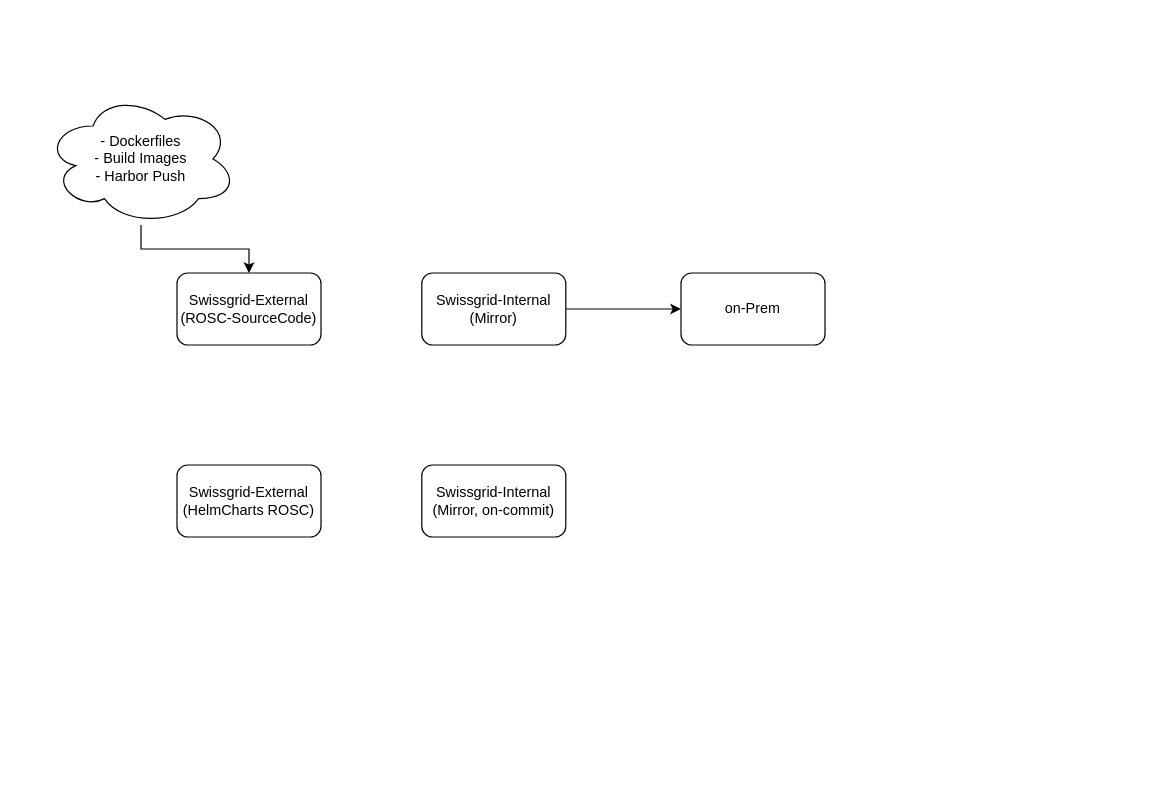
mmujakovic-sg/drawio keeps this draw.io diagram as docs/Unbenanntes Diagramm.drawio. Above is the earlier version. Source tidied: cells renumbered, new cells numbered last; positions are measured from the earlier drawing's top-left corner, leaving out a move shared by most shapes. Both pictures are drawn from the tidied source at 120%, with x=0, y=0 at pixel (44, 92).
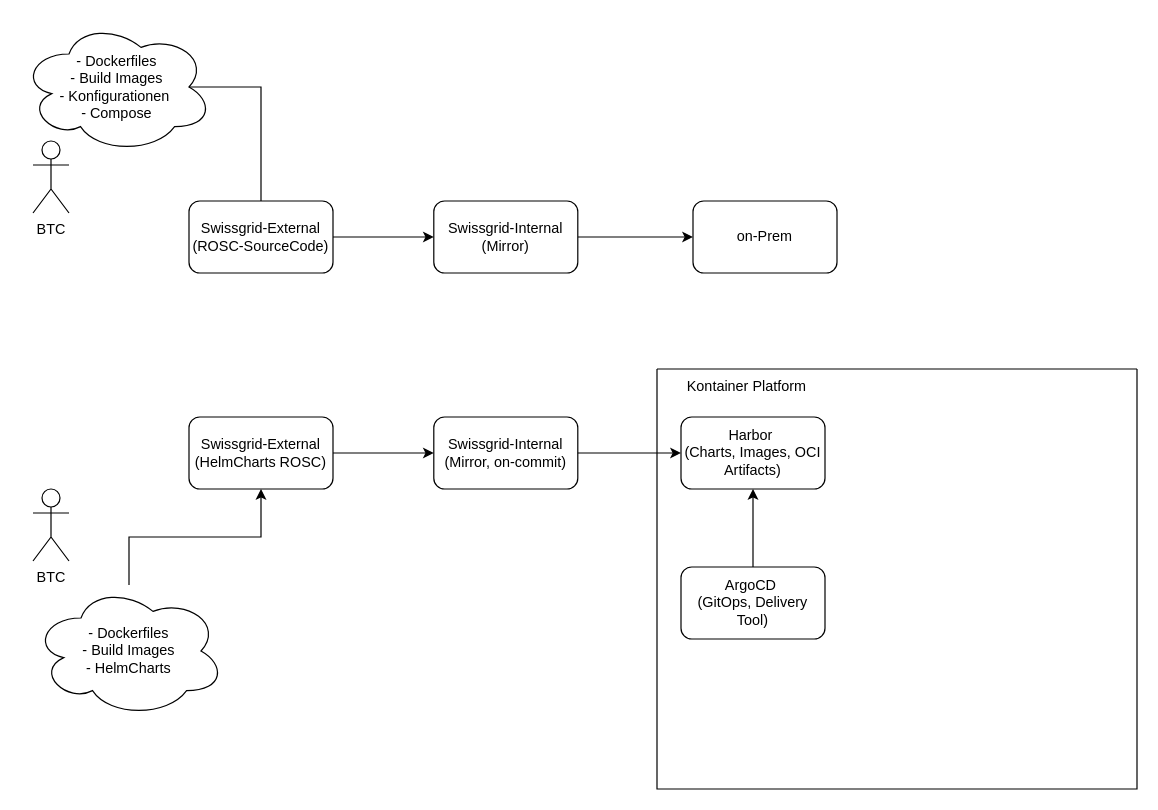
Above is the later version.

Diff of the diagram source:
```diff
@@
     <mxCell id="2" value="Swissgrid-External (ROSC-SourceCode)" style="rounded=1;whiteSpace=wrap;html=1;" parent="1" vertex="1">
-      <mxGeometry x="110" y="150" width="120" height="60" as="geometry" />
+      <mxGeometry x="120" y="90" width="120" height="60" as="geometry" />
     </mxCell>
@@
     <mxCell id="4" value="Swissgrid-Internal (Mirror)" style="rounded=1;whiteSpace=wrap;html=1;" parent="1" vertex="1">
-      <mxGeometry x="314" y="150" width="120" height="60" as="geometry" />
+      <mxGeometry x="324" y="90" width="120" height="60" as="geometry" />
     </mxCell>
     <mxCell id="5" value="on-Prem" style="rounded=1;whiteSpace=wrap;html=1;" parent="1" vertex="1">
-      <mxGeometry x="530" y="150" width="120" height="60" as="geometry" />
+      <mxGeometry x="540" y="90" width="120" height="60" as="geometry" />
     </mxCell>
-    <mxCell id="6" style="edgeStyle=orthogonalEdgeStyle;rounded=0;jettySize=auto;html=1;entryX=0.5;entryY=0;entryDx=0;entryDy=0;" parent="1" edge="1" source="7" target="2">
+    <mxCell id="6" style="edgeStyle=orthogonalEdgeStyle;rounded=0;jettySize=auto;html=1;entryX=0.5;entryY=1;entryDx=0;entryDy=0;" parent="1" edge="1" source="7" target="8">
       <mxGeometry relative="1" as="geometry" />
     </mxCell>
-    <mxCell id="7" value="- Dockerfiles&lt;div&gt;- Build Images&lt;/div&gt;&lt;div&gt;- Harbor Push&lt;/div&gt;" style="ellipse;shape=cloud;whiteSpace=wrap;html=1;" parent="1" vertex="1">
-      <mxGeometry width="160" height="110" as="geometry" />
+    <mxCell id="7" value="- Dockerfiles&lt;div&gt;- Build Images&lt;/div&gt;&lt;div&gt;- HelmCharts&lt;/div&gt;" style="ellipse;shape=cloud;whiteSpace=wrap;html=1;" parent="1" vertex="1">
+      <mxGeometry x="-10" y="410" width="160" height="110" as="geometry" />
     </mxCell>
     <mxCell id="8" value="Swissgrid-External&lt;div&gt;(HelmCharts ROSC)&lt;/div&gt;" style="rounded=1;whiteSpace=wrap;html=1;" parent="1" vertex="1">
-      <mxGeometry x="110" y="310" width="120" height="60" as="geometry" />
+      <mxGeometry x="120" y="270" width="120" height="60" as="geometry" />
     </mxCell>
     <mxCell id="9" value="Swissgrid-Internal&lt;div&gt;(Mirror, on-commit)&lt;/div&gt;" style="rounded=1;whiteSpace=wrap;html=1;" parent="1" vertex="1">
-      <mxGeometry x="314" y="310" width="120" height="60" as="geometry" />
+      <mxGeometry x="324" y="270" width="120" height="60" as="geometry" />
     </mxCell>
+    <mxCell id="10" style="endArrow=classic;html=1;rounded=0;exitX=1;exitY=0.5;exitDx=0;exitDy=0;entryX=0;entryY=0.5;entryDx=0;entryDy=0;" parent="1" edge="1" source="2" target="4">
+      <mxGeometry relative="1" as="geometry" />
+    </mxCell>
+    <mxCell id="11" value="- Dockerfiles&lt;div&gt;- Build Images&lt;/div&gt;&lt;div&gt;- Konfigurationen&amp;nbsp;&lt;/div&gt;&lt;div&gt;- Compose&lt;/div&gt;" style="ellipse;shape=cloud;whiteSpace=wrap;html=1;" parent="1" vertex="1">
+      <mxGeometry x="-20" y="-60" width="160" height="110" as="geometry" />
+    </mxCell>
+    <mxCell id="12" style="endArrow=none;html=1;rounded=0;exitX=0.875;exitY=0.5;exitDx=0;exitDy=0;exitPerimeter=0;entryX=0.5;entryY=0;entryDx=0;entryDy=0;" parent="1" edge="1" source="11" target="2">
+      <mxGeometry relative="1" as="geometry">
+        <Array as="points">
+          <mxPoint x="180" y="-5" />
+        </Array>
+      </mxGeometry>
+    </mxCell>
+    <mxCell id="13" style="swimlane;startSize=0;" parent="1" vertex="1">
+      <mxGeometry x="510" y="230" width="400" height="350" as="geometry" />
+    </mxCell>
+    <mxCell id="14" value="Harbor&amp;nbsp;&lt;div&gt;&lt;span style=&quot;background-color: transparent; color: light-dark(rgb(0, 0, 0), rgb(255, 255, 255));&quot;&gt;(Charts, Images, OCI Artifacts)&lt;/span&gt;&lt;/div&gt;" style="rounded=1;whiteSpace=wrap;html=1;" parent="13" vertex="1">
+      <mxGeometry x="20" y="40" width="120" height="60" as="geometry" />
+    </mxCell>
+    <mxCell id="15" value="Kontainer Platform" style="text;html=1;whiteSpace=wrap;strokeColor=none;fillColor=none;align=center;verticalAlign=middle;rounded=0;" parent="13" vertex="1">
+      <mxGeometry x="10" width="130" height="30" as="geometry" />
+    </mxCell>
+    <mxCell id="16" value="ArgoCD&amp;nbsp;&lt;div&gt;&lt;span style=&quot;background-color: transparent; color: light-dark(rgb(0, 0, 0), rgb(255, 255, 255));&quot;&gt;(GitOps, Delivery Tool)&lt;/span&gt;&lt;/div&gt;" style="rounded=1;whiteSpace=wrap;html=1;" parent="13" vertex="1">
+      <mxGeometry x="20" y="165" width="120" height="60" as="geometry" />
+    </mxCell>
+    <mxCell id="17" style="endArrow=classic;html=1;rounded=0;exitX=0.5;exitY=0;exitDx=0;exitDy=0;entryX=0.5;entryY=1;entryDx=0;entryDy=0;" parent="13" edge="1" source="16" target="14">
+      <mxGeometry relative="1" as="geometry" />
+    </mxCell>
+    <mxCell id="18" style="endArrow=classic;html=1;rounded=0;exitX=1;exitY=0.5;exitDx=0;exitDy=0;entryX=0;entryY=0.5;entryDx=0;entryDy=0;" parent="1" edge="1" source="8" target="9">
+      <mxGeometry relative="1" as="geometry" />
+    </mxCell>
+    <mxCell id="19" style="endArrow=classic;html=1;rounded=0;exitX=1;exitY=0.5;exitDx=0;exitDy=0;entryX=0;entryY=0.5;entryDx=0;entryDy=0;" parent="1" edge="1" source="9" target="14">
+      <mxGeometry relative="1" as="geometry" />
+    </mxCell>
+    <mxCell id="20" value="BTC" style="shape=umlActor;verticalLabelPosition=bottom;verticalAlign=top;html=1;" parent="1" vertex="1">
+      <mxGeometry x="-10" y="40" width="30" height="60" as="geometry" />
+    </mxCell>
+    <mxCell id="21" value="BTC" style="shape=umlActor;verticalLabelPosition=bottom;verticalAlign=top;html=1;" parent="1" vertex="1">
+      <mxGeometry x="-10" y="330" width="30" height="60" as="geometry" />
+    </mxCell>
```
